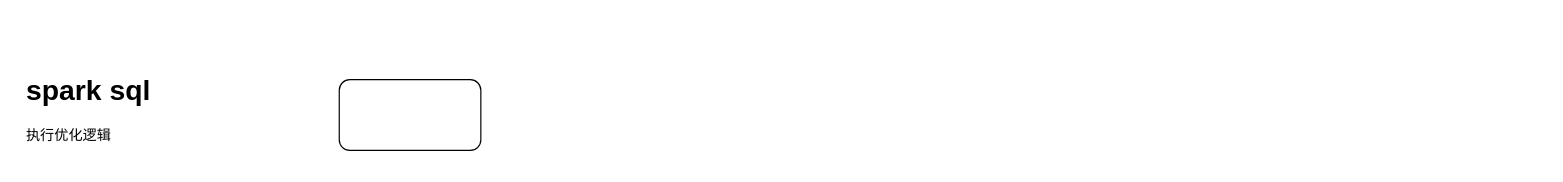
Above: gluten架构图.drawio in yuhuali1989/ui (draw.io), before the change. Source tidied: cells renumbered, new cells numbered last; positions are measured from the earlier drawing's top-left corner, leaving out a move shared by most shapes. Both pictures are drawn from the tidied source at 118%, with x=0, y=0 at pixel (20, 67).
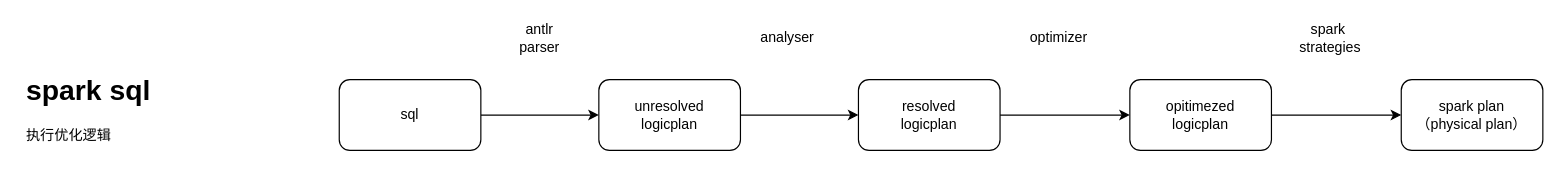
The same diagram, later.

Diff of the diagram source:
```diff
@@
 <mxGraphModel>
   <root>
     <mxCell id="0" />
     <mxCell id="1" parent="0" />
+    <mxCell id="4" style="edgeStyle=orthogonalEdgeStyle;rounded=0;jettySize=auto;html=1;entryX=0;entryY=0.5;entryDx=0;entryDy=0;" parent="1" edge="1" source="2" target="6">
+      <mxGeometry relative="1" as="geometry" />
+    </mxCell>
-    <mxCell id="2" style="rounded=1;whiteSpace=wrap;html=1;" parent="1" vertex="1">
+    <mxCell id="2" value="sql" style="rounded=1;whiteSpace=wrap;html=1;" parent="1" vertex="1">
       <mxGeometry x="270" y="10" width="120" height="60" as="geometry" />
     </mxCell>
     <mxCell id="3" value="&lt;h1&gt;spark sql&lt;/h1&gt;&lt;p&gt;执行优化逻辑&lt;/p&gt;" style="text;html=1;strokeColor=none;fillColor=none;spacing=5;spacingTop=-20;whiteSpace=wrap;overflow=hidden;rounded=0;" parent="1" vertex="1">
       <mxGeometry width="190" height="80" as="geometry" />
     </mxCell>
+    <mxCell id="5" style="edgeStyle=orthogonalEdgeStyle;rounded=0;jettySize=auto;html=1;entryX=0;entryY=0.5;entryDx=0;entryDy=0;" parent="1" edge="1" source="6" target="9">
+      <mxGeometry relative="1" as="geometry" />
+    </mxCell>
+    <mxCell id="6" value="unresolved&lt;br&gt;logicplan" style="rounded=1;whiteSpace=wrap;html=1;" parent="1" vertex="1">
+      <mxGeometry x="490" y="10" width="120" height="60" as="geometry" />
+    </mxCell>
+    <mxCell id="7" value="antlr parser" style="text;html=1;strokeColor=none;fillColor=none;align=center;verticalAlign=middle;whiteSpace=wrap;rounded=0;" parent="1" vertex="1">
+      <mxGeometry x="410" y="-40" width="60" height="30" as="geometry" />
+    </mxCell>
+    <mxCell id="8" style="edgeStyle=orthogonalEdgeStyle;rounded=0;jettySize=auto;html=1;" parent="1" edge="1" source="9" target="12">
+      <mxGeometry relative="1" as="geometry" />
+    </mxCell>
+    <mxCell id="9" value="resolved&lt;br&gt;logicplan" style="rounded=1;whiteSpace=wrap;html=1;" parent="1" vertex="1">
+      <mxGeometry x="710" y="10" width="120" height="60" as="geometry" />
+    </mxCell>
+    <mxCell id="10" value="analyser" style="text;html=1;strokeColor=none;fillColor=none;align=center;verticalAlign=middle;whiteSpace=wrap;rounded=0;" parent="1" vertex="1">
+      <mxGeometry x="620" y="-40" width="60" height="30" as="geometry" />
+    </mxCell>
+    <mxCell id="11" style="edgeStyle=orthogonalEdgeStyle;rounded=0;jettySize=auto;html=1;" parent="1" edge="1" source="12" target="14">
+      <mxGeometry relative="1" as="geometry" />
+    </mxCell>
+    <mxCell id="12" value="opitimezed &lt;br&gt;logicplan" style="rounded=1;whiteSpace=wrap;html=1;" parent="1" vertex="1">
+      <mxGeometry x="940" y="10" width="120" height="60" as="geometry" />
+    </mxCell>
+    <mxCell id="13" value="optimizer" style="text;html=1;strokeColor=none;fillColor=none;align=center;verticalAlign=middle;whiteSpace=wrap;rounded=0;" parent="1" vertex="1">
+      <mxGeometry x="850" y="-40" width="60" height="30" as="geometry" />
+    </mxCell>
+    <mxCell id="14" value="spark plan&lt;br&gt;（physical plan）" style="rounded=1;whiteSpace=wrap;html=1;" parent="1" vertex="1">
+      <mxGeometry x="1170" y="10" width="120" height="60" as="geometry" />
+    </mxCell>
+    <mxCell id="15" value="spark&amp;nbsp;&lt;br&gt;strategies" style="text;html=1;strokeColor=none;fillColor=none;align=center;verticalAlign=middle;whiteSpace=wrap;rounded=0;" parent="1" vertex="1">
+      <mxGeometry x="1080" y="-40" width="60" height="30" as="geometry" />
+    </mxCell>
   </root>
 </mxGraphModel>
```
